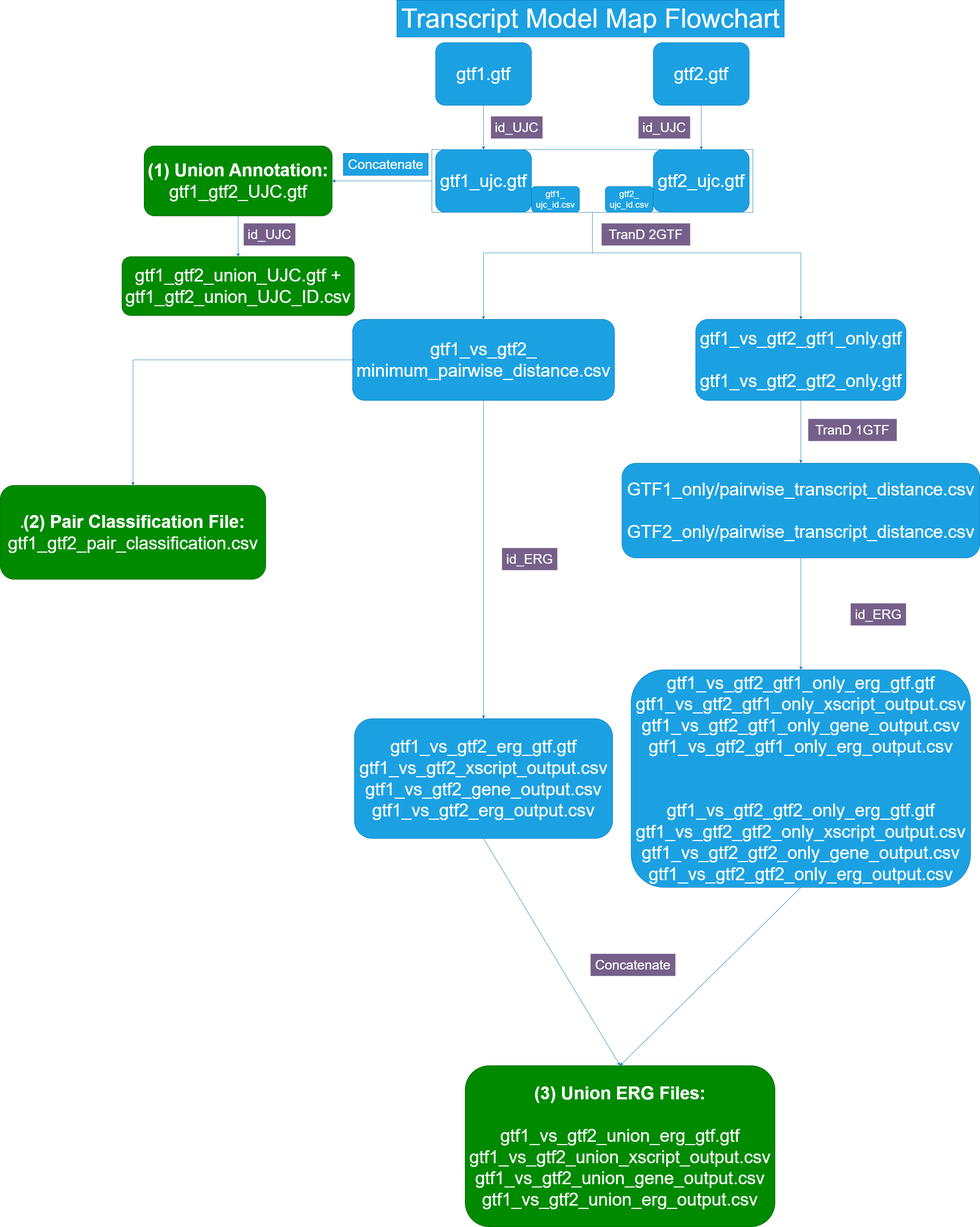
The draw.io diagram docs/TMM_flowchart.png in McIntyre-Lab/TranD, before a commit. Source tidied: cells renumbered, new cells last; positions are measured from the earlier drawing's top-left corner, leaving out a move shared by most shapes.
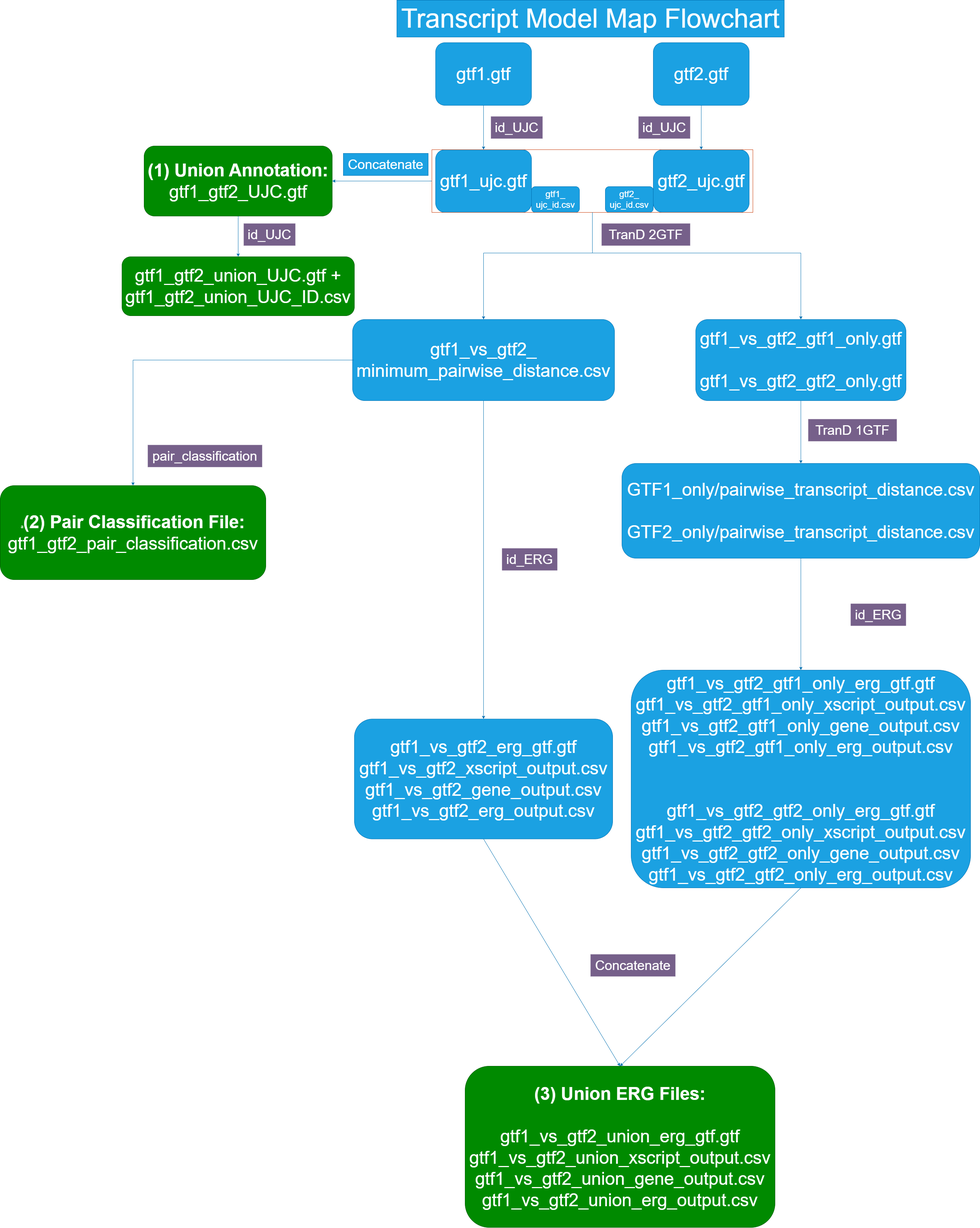
Above is the later version.

Change to the diagram source:
```diff
@@ -35,7 +35,7 @@
     <mxCell id="12" value="&lt;span style=&quot;font-size: 24px;&quot;&gt;gtf2_&lt;br&gt;ujc_id.csv&lt;br&gt;&lt;/span&gt;" style="rounded=1;whiteSpace=wrap;html=1;fillColor=#1ba1e2;strokeColor=#006EAF;fontColor=#ffffff;" parent="1" vertex="1">
       <mxGeometry x="1640" y="505" width="130" height="70" as="geometry" />
     </mxCell>
-    <mxCell id="13" style="rounded=0;whiteSpace=wrap;html=1;fillColor=none;strokeColor=#006EAF;fontColor=#ffffff;" parent="1" vertex="1">
+    <mxCell id="13" style="rounded=0;whiteSpace=wrap;html=1;fillColor=none;strokeColor=#C73500;fontColor=#000000;" parent="1" vertex="1">
       <mxGeometry x="1170" y="405" width="870" height="170" as="geometry" />
     </mxCell>
     <mxCell id="14" style="endArrow=classic;html=1;rounded=0;exitX=0;exitY=0.5;exitDx=0;exitDy=0;entryX=1;entryY=0.5;entryDx=0;entryDy=0;fillColor=#1ba1e2;strokeColor=#006EAF;" parent="1" edge="1" source="13" target="16">
@@ -131,5 +131,8 @@
     <mxCell id="39" value="&lt;font style=&quot;font-size: 36px;&quot;&gt;Concatenate&lt;br&gt;&lt;/font&gt;" style="text;html=1;strokeColor=none;fillColor=#76608a;align=center;verticalAlign=middle;whiteSpace=wrap;rounded=0;fontColor=#ffffff;" parent="1" vertex="1">
       <mxGeometry x="1600" y="2585" width="230" height="60" as="geometry" />
     </mxCell>
+    <mxCell id="40" value="&lt;span style=&quot;font-size: 36px;&quot;&gt;pair_classification&lt;br&gt;&lt;/span&gt;" style="text;html=1;strokeColor=none;fillColor=#76608a;align=center;verticalAlign=middle;whiteSpace=wrap;rounded=0;fontColor=#ffffff;" parent="1" vertex="1">
+      <mxGeometry x="400" y="1205" width="310" height="60" as="geometry" />
+    </mxCell>
   </root>
 </mxGraphModel>
```
